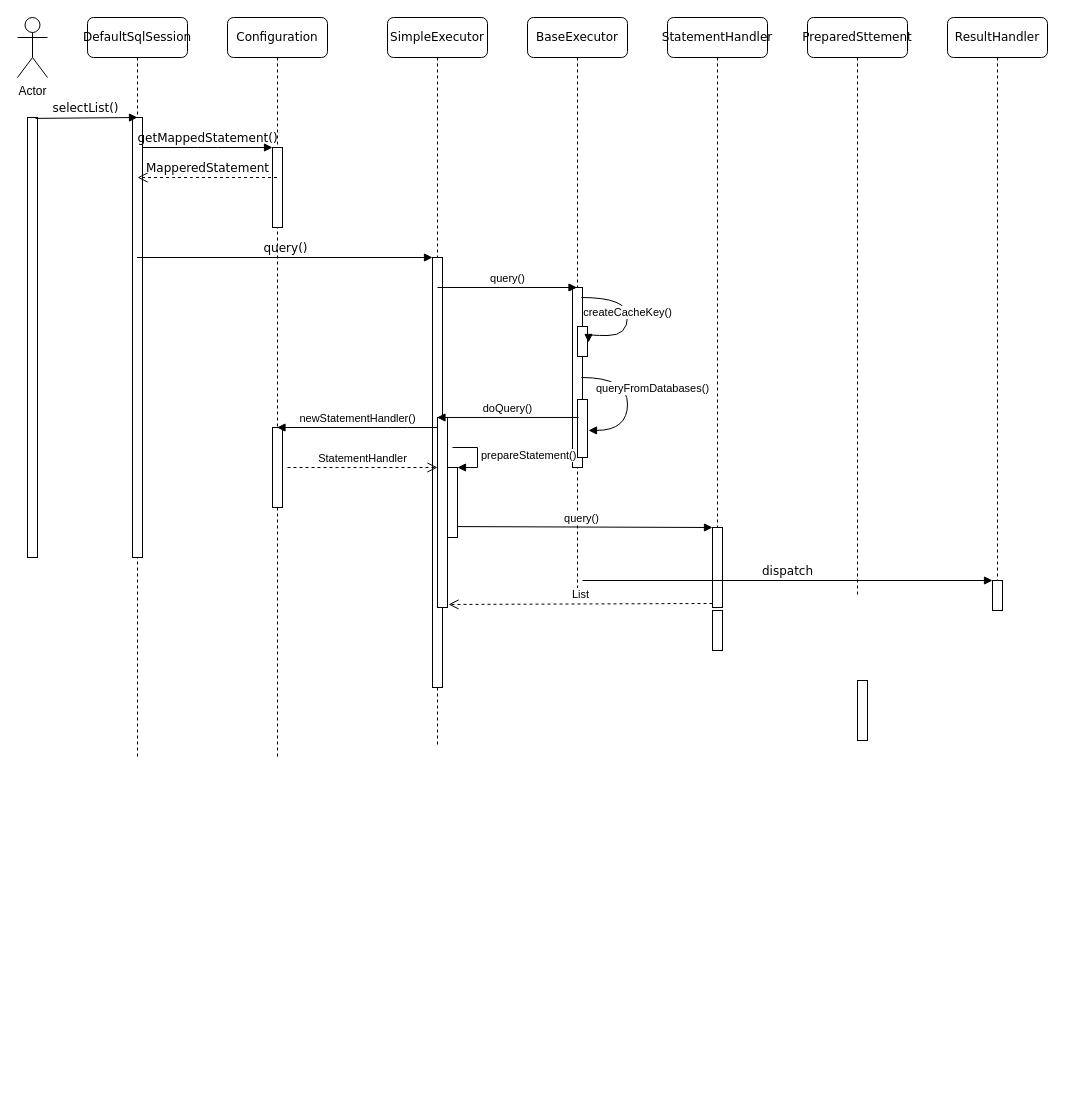
Before: ALL Diagram.drawio in zyazxr/AAA1Draw, a draw.io diagram. Source tidied: cells renumbered, new cells numbered last; positions are measured from the earlier drawing's top-left corner, leaving out a move shared by most shapes. Both pictures are drawn from the tidied source at 100%, with x=0, y=0 at pixel (17, 17).
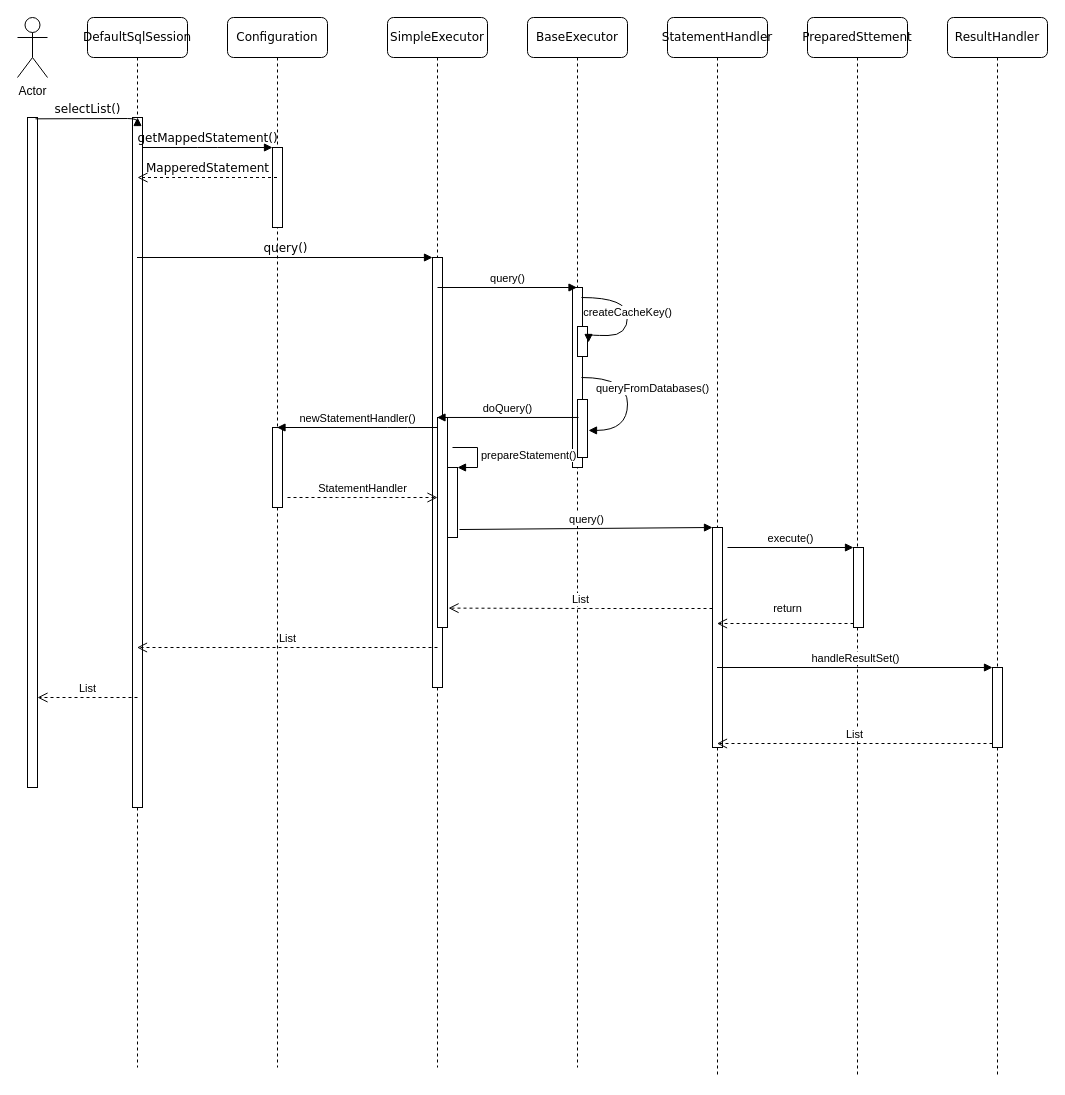
Above is the later version.

Unchanged cells that the change refers to:
```xml
<mxCell id="37" style="html=1;points=[];perimeter=orthogonalPerimeter;" parent="1" vertex="1">
  <mxGeometry x="430" y="450" width="10" height="70" as="geometry" />
</mxCell>
```

Diff of the diagram source:
```diff
@@
     <mxCell id="2" value="Configuration" style="shape=umlLifeline;perimeter=lifelinePerimeter;whiteSpace=wrap;html=1;outlineConnect=0;rounded=1;shadow=0;comic=0;labelBackgroundColor=none;strokeWidth=1;fontFamily=Verdana;fontSize=12;align=center;" parent="1" vertex="1">
-      <mxGeometry x="210" width="100" height="740" as="geometry" />
+      <mxGeometry x="210" width="100" height="1050" as="geometry" />
     </mxCell>
@@
     <mxCell id="5" value="SimpleExecutor" style="shape=umlLifeline;perimeter=lifelinePerimeter;whiteSpace=wrap;html=1;outlineConnect=0;rounded=1;shadow=0;comic=0;labelBackgroundColor=none;strokeWidth=1;fontFamily=Verdana;fontSize=12;align=center;" parent="1" vertex="1">
-      <mxGeometry x="370" width="100" height="730" as="geometry" />
+      <mxGeometry x="370" width="100" height="1050" as="geometry" />
     </mxCell>
@@
     <mxCell id="7" style="html=1;points=[];perimeter=orthogonalPerimeter;rounded=0;shadow=0;comic=0;labelBackgroundColor=none;strokeWidth=1;fontFamily=Verdana;fontSize=12;align=center;" parent="5" vertex="1">
-      <mxGeometry x="50" y="400" width="10" height="190" as="geometry" />
+      <mxGeometry x="50" y="400" width="10" height="210" as="geometry" />
     </mxCell>
     <mxCell id="8" value="BaseExecutor" style="shape=umlLifeline;perimeter=lifelinePerimeter;whiteSpace=wrap;html=1;outlineConnect=0;rounded=1;shadow=0;comic=0;labelBackgroundColor=none;strokeWidth=1;fontFamily=Verdana;fontSize=12;align=center;" parent="1" vertex="1">
-      <mxGeometry x="510" width="100" height="580" as="geometry" />
+      <mxGeometry x="510" width="100" height="1050" as="geometry" />
     </mxCell>
     <mxCell id="9" value="StatementHandler" style="shape=umlLifeline;perimeter=lifelinePerimeter;whiteSpace=wrap;html=1;outlineConnect=0;rounded=1;shadow=0;comic=0;labelBackgroundColor=none;strokeWidth=1;fontFamily=Verdana;fontSize=12;align=center;" parent="1" vertex="1">
-      <mxGeometry x="650" width="100" height="580" as="geometry" />
+      <mxGeometry x="650" width="100" height="1060" as="geometry" />
     </mxCell>
     <mxCell id="10" style="html=1;points=[];perimeter=orthogonalPerimeter;" parent="9" vertex="1">
-      <mxGeometry x="45" y="510" width="10" height="80" as="geometry" />
+      <mxGeometry x="45" y="510" width="10" height="220" as="geometry" />
     </mxCell>
     <mxCell id="11" value="PreparedSttement" style="shape=umlLifeline;perimeter=lifelinePerimeter;whiteSpace=wrap;html=1;rounded=1;shadow=0;comic=0;labelBackgroundColor=none;strokeWidth=1;fontFamily=Verdana;fontSize=12;align=center;" parent="1" vertex="1">
-      <mxGeometry x="790" width="100" height="580" as="geometry" />
+      <mxGeometry x="790" width="100" height="1060" as="geometry" />
     </mxCell>
+    <mxCell id="39" style="html=1;points=[];perimeter=orthogonalPerimeter;" parent="11" vertex="1">
+      <mxGeometry x="46" y="530" width="10" height="80" as="geometry" />
+    </mxCell>
     <mxCell id="12" value="ResultHandler" style="shape=umlLifeline;perimeter=lifelinePerimeter;whiteSpace=wrap;html=1;rounded=1;shadow=0;comic=0;labelBackgroundColor=none;strokeWidth=1;fontFamily=Verdana;fontSize=12;align=center;" parent="1" vertex="1">
-      <mxGeometry x="930" width="100" height="580" as="geometry" />
+      <mxGeometry x="930" width="100" height="1060" as="geometry" />
     </mxCell>
-    <mxCell id="13" style="html=1;points=[];perimeter=orthogonalPerimeter;rounded=0;shadow=0;comic=0;labelBackgroundColor=none;strokeColor=#000000;strokeWidth=1;fillColor=#FFFFFF;fontFamily=Verdana;fontSize=12;fontColor=#000000;align=center;" parent="12" vertex="1">
-      <mxGeometry x="45" y="563" width="10" height="30" as="geometry" />
-    </mxCell>
+    <mxCell id="40" style="html=1;points=[];perimeter=orthogonalPerimeter;" parent="12" vertex="1">
+      <mxGeometry x="45" y="650" width="10" height="80" as="geometry" />
+    </mxCell>
     <mxCell id="14" value="DefaultSqlSession" style="shape=umlLifeline;perimeter=lifelinePerimeter;whiteSpace=wrap;html=1;outlineConnect=0;rounded=1;shadow=0;comic=0;labelBackgroundColor=none;strokeWidth=1;fontFamily=Verdana;fontSize=12;align=center;" parent="1" vertex="1">
-      <mxGeometry x="70" width="100" height="740" as="geometry" />
+      <mxGeometry x="70" width="100" height="1050" as="geometry" />
     </mxCell>
     <mxCell id="15" style="html=1;points=[];perimeter=orthogonalPerimeter;rounded=0;shadow=0;comic=0;labelBackgroundColor=none;strokeWidth=1;fontFamily=Verdana;fontSize=12;align=center;" parent="14" vertex="1">
-      <mxGeometry x="45" y="100" width="10" height="440" as="geometry" />
+      <mxGeometry x="45" y="100" width="10" height="690" as="geometry" />
     </mxCell>
@@
-    <mxCell id="17" style="html=1;perimeter=orthogonalPerimeter;rounded=0;shadow=0;comic=0;labelBackgroundColor=none;strokeWidth=1;fontFamily=Verdana;fontSize=12;align=center;" parent="1" vertex="1">
-      <mxGeometry x="695" y="593" width="10" height="40" as="geometry" />
-    </mxCell>
-    <mxCell id="18" value="dispatch" style="html=1;verticalAlign=bottom;endArrow=block;entryX=0;entryY=0;labelBackgroundColor=none;fontFamily=Verdana;fontSize=12;" parent="1" edge="1" target="13">
-      <mxGeometry relative="1" as="geometry">
-        <mxPoint x="565" y="563" as="sourcePoint" />
-      </mxGeometry>
-    </mxCell>
-    <mxCell id="19" style="html=1;perimeter=orthogonalPerimeter;rounded=0;shadow=0;comic=0;labelBackgroundColor=none;strokeWidth=1;fontFamily=Verdana;fontSize=12;align=center;" parent="1" vertex="1">
-      <mxGeometry x="840" y="663" width="10" height="60" as="geometry" />
-    </mxCell>
@@
     <mxCell id="24" style="html=1;points=[];perimeter=orthogonalPerimeter;rounded=0;shadow=0;comic=0;labelBackgroundColor=none;strokeWidth=1;fontFamily=Verdana;fontSize=12;align=center;" parent="1" vertex="1">
-      <mxGeometry x="10" y="100" width="10" height="440" as="geometry" />
+      <mxGeometry x="10" y="100" width="10" height="670" as="geometry" />
     </mxCell>
@@
     <mxCell id="34" value="StatementHandler" style="html=1;verticalAlign=bottom;endArrow=open;dashed=1;endSize=8;" parent="1" edge="1">
       <mxGeometry relative="1" as="geometry">
-        <mxPoint x="270" y="450" as="sourcePoint" />
-        <mxPoint x="420" y="450" as="targetPoint" />
+        <mxPoint x="270" y="480" as="sourcePoint" />
+        <mxPoint x="420" y="480" as="targetPoint" />
         <Array as="points">
-          <mxPoint x="330" y="450" />
+          <mxPoint x="330" y="480" />
         </Array>
       </mxGeometry>
     </mxCell>
-    <mxCell id="35" value="query()" style="html=1;verticalAlign=bottom;endArrow=block;entryX=0;entryY=0;exitX=1.3;exitY=0.574;exitDx=0;exitDy=0;exitPerimeter=0;" parent="1" edge="1" source="7" target="10">
+    <mxCell id="35" value="query()" style="html=1;verticalAlign=bottom;endArrow=block;entryX=0;entryY=0;exitX=1.2;exitY=0.886;exitDx=0;exitDy=0;exitPerimeter=0;" parent="1" edge="1" source="37" target="10">
       <mxGeometry relative="1" as="geometry" />
     </mxCell>
-    <mxCell id="36" value="List" style="html=1;verticalAlign=bottom;endArrow=open;dashed=1;endSize=8;exitX=0;exitY=0.95;entryX=1.1;entryY=0.984;entryDx=0;entryDy=0;entryPerimeter=0;" parent="1" edge="1" source="10" target="7">
-      <mxGeometry relative="1" as="geometry" />
+    <mxCell id="36" value="List" style="html=1;verticalAlign=bottom;endArrow=open;dashed=1;endSize=8;entryX=1.1;entryY=0.984;entryDx=0;entryDy=0;entryPerimeter=0;" parent="1" edge="1">
+      <mxGeometry relative="1" as="geometry">
+        <mxPoint x="695" y="591" as="sourcePoint" />
+        <mxPoint x="431" y="590.6" as="targetPoint" />
+        <Array as="points">
+          <mxPoint x="570" y="591" />
+        </Array>
+      </mxGeometry>
     </mxCell>
@@
+    <mxCell id="41" value="execute()" style="html=1;verticalAlign=bottom;endArrow=block;entryX=0;entryY=0;" parent="1" edge="1" target="39">
+      <mxGeometry relative="1" as="geometry">
+        <mxPoint x="710" y="530" as="sourcePoint" />
+      </mxGeometry>
+    </mxCell>
+    <mxCell id="42" value="return" style="html=1;verticalAlign=bottom;endArrow=open;dashed=1;endSize=8;exitX=0;exitY=0.95;" parent="1" edge="1" source="39" target="9">
+      <mxGeometry x="-0.03" y="-6" relative="1" as="geometry" />
+    </mxCell>
+    <mxCell id="43" value="handleResultSet()" style="html=1;verticalAlign=bottom;endArrow=block;entryX=0;entryY=0;" parent="1" edge="1" source="9" target="40">
+      <mxGeometry relative="1" as="geometry" />
+    </mxCell>
+    <mxCell id="44" value="List" style="html=1;verticalAlign=bottom;endArrow=open;dashed=1;endSize=8;exitX=0;exitY=0.95;" parent="1" edge="1" source="40" target="9">
+      <mxGeometry relative="1" as="geometry" />
+    </mxCell>
+    <mxCell id="45" value="List" style="html=1;verticalAlign=bottom;endArrow=open;dashed=1;endSize=8;" parent="1" edge="1" target="14">
+      <mxGeometry relative="1" as="geometry">
+        <mxPoint x="420" y="630" as="sourcePoint" />
+      </mxGeometry>
+    </mxCell>
+    <mxCell id="46" value="List" style="html=1;verticalAlign=bottom;endArrow=open;dashed=1;endSize=8;" parent="1" edge="1">
+      <mxGeometry relative="1" as="geometry">
+        <mxPoint x="120" y="680" as="sourcePoint" />
+        <mxPoint x="20" y="680" as="targetPoint" />
+      </mxGeometry>
+    </mxCell>
```
